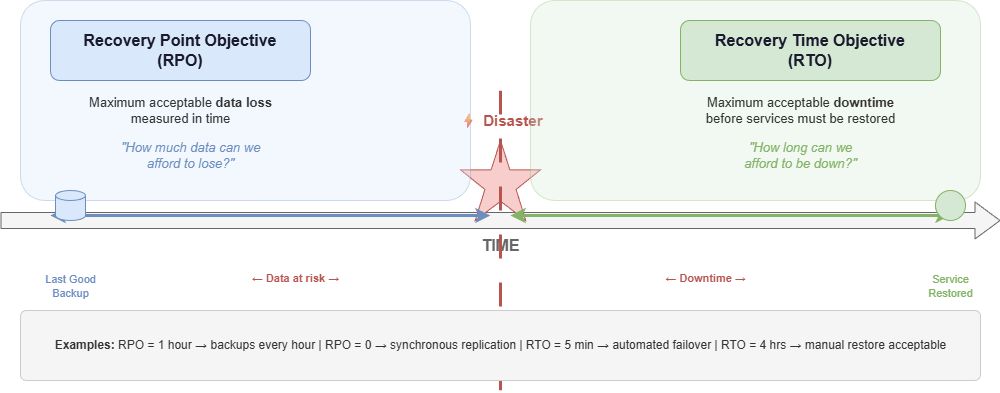
Earlier version of the draw.io export slides/img/rpo-rto.drawio.png (codebytes/azure-resiliency). Source tidied: cells renumbered, new cells last; positions are measured from the earlier drawing's top-left corner, leaving out a move shared by most shapes.
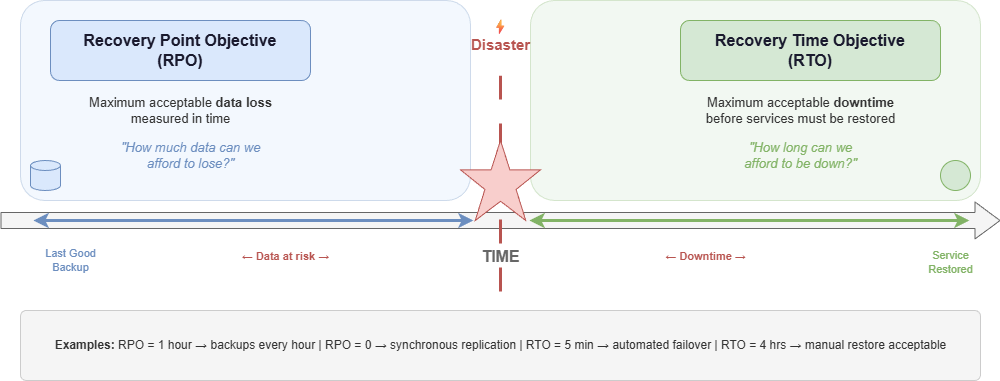
Later version of the same file.

The edit, as a diff of the source:
```diff
@@ -9,27 +9,18 @@
       </mxGeometry>
     </mxCell>
     <mxCell id="3" value="&lt;b style=&quot;font-size:16px;&quot;&gt;TIME&lt;/b&gt;" style="text;html=1;align=center;verticalAlign=middle;fontSize=16;fontColor=#666666;" parent="1" vertex="1">
-      <mxGeometry x="430" y="230" width="140" height="30" as="geometry" />
+      <mxGeometry x="430" y="241" width="140" height="30" as="geometry" />
     </mxCell>
-    <mxCell id="4" style="verticalLabelPosition=bottom;verticalAlign=top;html=1;shape=mxgraph.basic.star;fillColor=#f8cecc;strokeColor=#b85450;size=0.18;" parent="1" vertex="1">
-      <mxGeometry x="460" y="140" width="80" height="80" as="geometry" />
-    </mxCell>
-    <mxCell id="5" value="&lt;b style=&quot;font-size:15px;&quot;&gt;⚡ Disaster&lt;/b&gt;" style="text;html=1;align=center;verticalAlign=middle;fontSize=15;fontColor=#b85450;" parent="1" vertex="1">
-      <mxGeometry x="440" y="105" width="120" height="30" as="geometry" />
+    <mxCell id="5" value="&lt;b style=&quot;font-size:15px;&quot;&gt;⚡&lt;/b&gt;&lt;div&gt;&lt;b style=&quot;font-size:15px;&quot;&gt;Disaster&lt;/b&gt;&lt;/div&gt;" style="text;html=1;align=center;verticalAlign=middle;fontSize=15;fontColor=#b85450;" parent="1" vertex="1">
+      <mxGeometry x="440" y="20" width="120" height="30" as="geometry" />
     </mxCell>
-    <mxCell id="6" style="endArrow=none;html=1;strokeWidth=3;strokeColor=#b85450;dashed=1;dashPattern=8 8;" parent="1" edge="1">
-      <mxGeometry relative="1" as="geometry">
-        <mxPoint x="500" y="90" as="sourcePoint" />
-        <mxPoint x="500" y="390" as="targetPoint" />
-      </mxGeometry>
-    </mxCell>
     <mxCell id="7" style="rounded=1;whiteSpace=wrap;html=1;fillColor=#dae8fc;strokeColor=#6c8ebf;opacity=30;arcSize=12;" parent="1" vertex="1">
       <mxGeometry x="20" width="450" height="200" as="geometry" />
     </mxCell>
     <mxCell id="8" style="endArrow=classic;startArrow=classic;html=1;strokeWidth=3;strokeColor=#6c8ebf;" parent="1" edge="1">
       <mxGeometry relative="1" as="geometry">
-        <mxPoint x="50" y="215" as="sourcePoint" />
-        <mxPoint x="490" y="215" as="targetPoint" />
+        <mxPoint x="33" y="220" as="sourcePoint" />
+        <mxPoint x="473" y="220" as="targetPoint" />
       </mxGeometry>
     </mxCell>
     <mxCell id="9" value="&lt;b style=&quot;font-size:16px;&quot;&gt;Recovery Point Objective&lt;br&gt;(RPO)&lt;/b&gt;" style="rounded=1;whiteSpace=wrap;html=1;fillColor=#dae8fc;strokeColor=#6c8ebf;fontSize=14;fontColor=#1a1a2e;" parent="1" vertex="1">
@@ -42,21 +33,21 @@
       <mxGeometry x="90" y="135" width="200" height="40" as="geometry" />
     </mxCell>
     <mxCell id="12" style="shape=mxgraph.flowchart.database;fillColor=#dae8fc;strokeColor=#6c8ebf;" parent="1" vertex="1">
-      <mxGeometry x="55" y="190" width="30" height="30" as="geometry" />
+      <mxGeometry x="30" y="160" width="30" height="30" as="geometry" />
     </mxCell>
     <mxCell id="13" value="&lt;font style=&quot;font-size:11px;&quot;&gt;Last Good&lt;br&gt;Backup&lt;/font&gt;" style="text;html=1;align=center;verticalAlign=top;fontColor=#6c8ebf;" parent="1" vertex="1">
-      <mxGeometry x="30" y="265" width="80" height="35" as="geometry" />
+      <mxGeometry x="30" y="238.5" width="80" height="35" as="geometry" />
     </mxCell>
     <mxCell id="14" value="&lt;font color=&quot;#b85450&quot; style=&quot;font-size:11px;&quot;&gt;← &lt;b&gt;Data at risk&lt;/b&gt; →&lt;/font&gt;" style="text;html=1;align=center;verticalAlign=middle;" parent="1" vertex="1">
-      <mxGeometry x="220" y="265" width="150" height="25" as="geometry" />
+      <mxGeometry x="210" y="243.5" width="150" height="25" as="geometry" />
     </mxCell>
     <mxCell id="15" style="rounded=1;whiteSpace=wrap;html=1;fillColor=#d5e8d4;strokeColor=#82b366;opacity=30;arcSize=12;" parent="1" vertex="1">
       <mxGeometry x="530" width="450" height="200" as="geometry" />
     </mxCell>
     <mxCell id="16" style="endArrow=classic;startArrow=classic;html=1;strokeWidth=3;strokeColor=#82b366;" parent="1" edge="1">
       <mxGeometry relative="1" as="geometry">
-        <mxPoint x="510" y="215" as="sourcePoint" />
-        <mxPoint x="950" y="215" as="targetPoint" />
+        <mxPoint x="529" y="220" as="sourcePoint" />
+        <mxPoint x="969" y="220" as="targetPoint" />
       </mxGeometry>
     </mxCell>
     <mxCell id="17" value="&lt;b style=&quot;font-size:16px;&quot;&gt;Recovery Time Objective&lt;br&gt;(RTO)&lt;/b&gt;" style="rounded=1;whiteSpace=wrap;html=1;fillColor=#d5e8d4;strokeColor=#82b366;fontSize=14;fontColor=#1a1a2e;" parent="1" vertex="1">
@@ -69,14 +60,23 @@
       <mxGeometry x="700" y="135" width="200" height="40" as="geometry" />
     </mxCell>
     <mxCell id="20" style="shape=mxgraph.flowchart.start_2;fillColor=#d5e8d4;strokeColor=#82b366;" parent="1" vertex="1">
-      <mxGeometry x="935" y="190" width="30" height="30" as="geometry" />
+      <mxGeometry x="940" y="160" width="30" height="30" as="geometry" />
     </mxCell>
     <mxCell id="21" value="&lt;font style=&quot;font-size:11px;&quot;&gt;Service&lt;br&gt;Restored&lt;/font&gt;" style="text;html=1;align=center;verticalAlign=top;fontColor=#82b366;" parent="1" vertex="1">
-      <mxGeometry x="910" y="265" width="80" height="35" as="geometry" />
+      <mxGeometry x="910" y="241" width="80" height="35" as="geometry" />
     </mxCell>
     <mxCell id="22" value="&lt;font color=&quot;#b85450&quot; style=&quot;font-size:11px;&quot;&gt;← &lt;b&gt;Downtime&lt;/b&gt; →&lt;/font&gt;" style="text;html=1;align=center;verticalAlign=middle;" parent="1" vertex="1">
-      <mxGeometry x="630" y="265" width="150" height="25" as="geometry" />
+      <mxGeometry x="630" y="243.5" width="150" height="25" as="geometry" />
     </mxCell>
+    <mxCell id="6" style="endArrow=none;html=1;strokeWidth=3;strokeColor=#b85450;dashed=1;dashPattern=8 8;" parent="1" edge="1">
+      <mxGeometry relative="1" as="geometry">
+        <mxPoint x="500" y="75" as="sourcePoint" />
+        <mxPoint x="500" y="375" as="targetPoint" />
+      </mxGeometry>
+    </mxCell>
+    <mxCell id="4" style="verticalLabelPosition=bottom;verticalAlign=top;html=1;shape=mxgraph.basic.star;fillColor=#f8cecc;strokeColor=#b85450;size=0.18;" parent="1" vertex="1">
+      <mxGeometry x="460" y="140" width="80" height="80" as="geometry" />
+    </mxCell>
     <mxCell id="23" style="rounded=1;whiteSpace=wrap;html=1;fillColor=#f5f5f5;strokeColor=#cccccc;arcSize=8;" parent="1" vertex="1">
       <mxGeometry x="20" y="310" width="960" height="70" as="geometry" />
     </mxCell>
```
